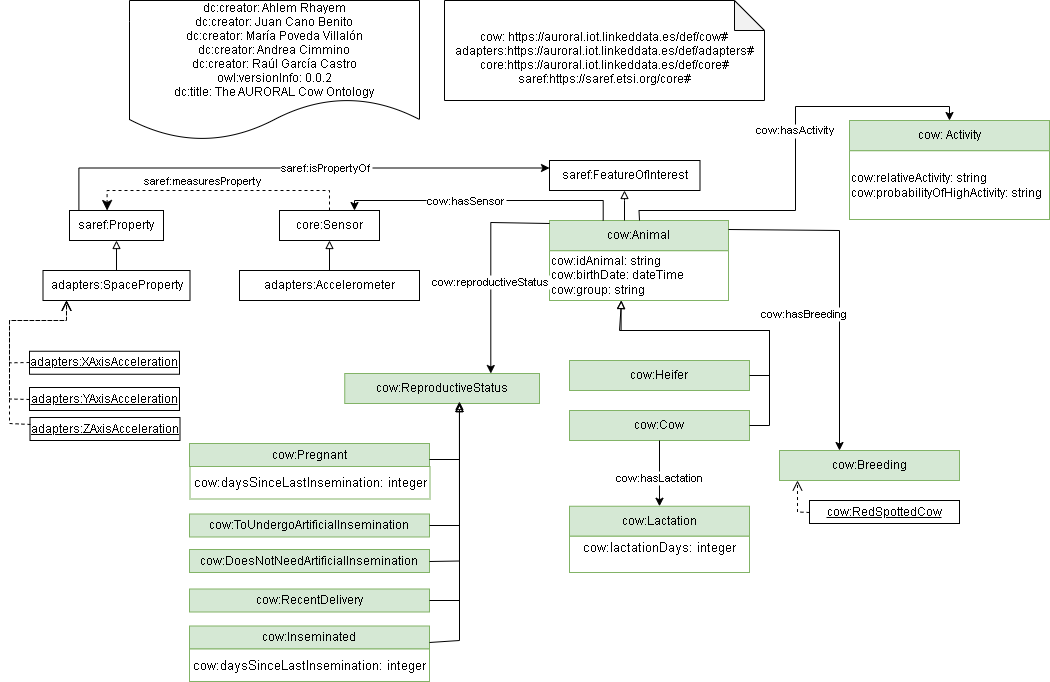
Above: Diagram/CowItaly.png in oeg-upm/auroral-cow-ontology (draw.io), before the change. Source tidied: cells renumbered, new cells last; positions are measured from the earlier drawing's top-left corner, leaving out a move shared by most shapes.
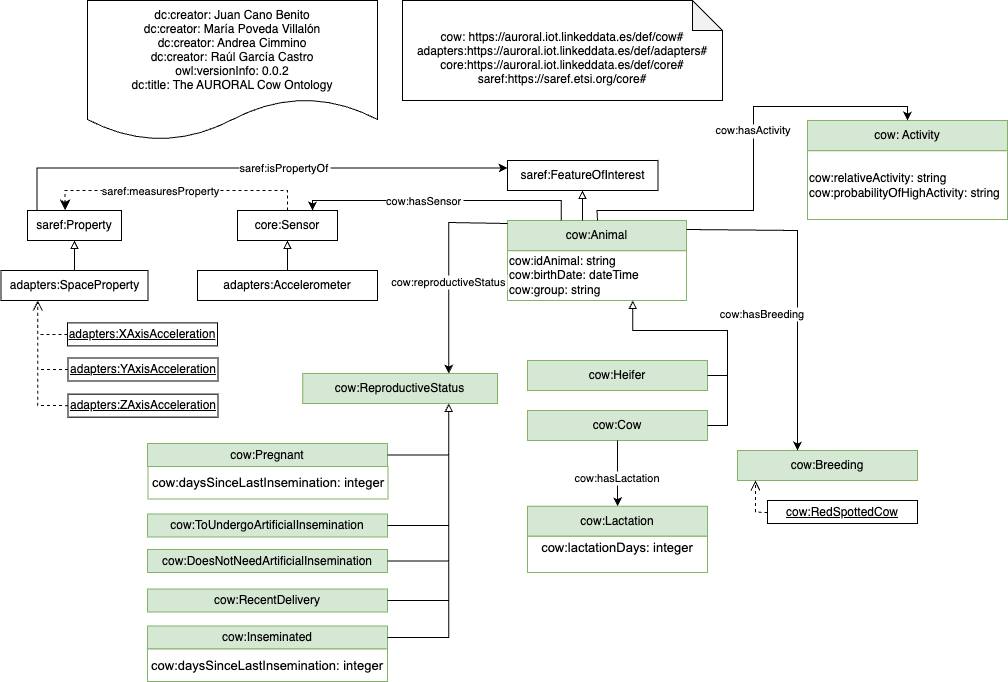
After the commit.

Commit message:
polish diagram

Polish diagram and update creators

Diff of the diagram source:
```diff
@@ -2,7 +2,7 @@
   <root>
     <mxCell id="0" />
     <mxCell id="1" parent="0" />
-    <mxCell id="2" value="dc:creator: Ahlem Rhayem&#10;dc:creator: Juan Cano Benito&#10;dc:creator: María Poveda Villalón&#10;dc:creator: Andrea Cimmino&#10;dc:creator: Raúl García Castro&#10;owl:versionInfo: 0.0.2&#10;dc:title: The AURORAL Cow Ontology" style="shape=document;boundedLbl=1;" parent="1" vertex="1">
+    <mxCell id="2" value="dc:creator: Juan Cano Benito&#10;dc:creator: María Poveda Villalón&#10;dc:creator: Andrea Cimmino&#10;dc:creator: Raúl García Castro&#10;owl:versionInfo: 0.0.2&#10;dc:title: The AURORAL Cow Ontology" style="shape=document;boundedLbl=1;" parent="1" vertex="1">
       <mxGeometry x="120" width="290" height="140" as="geometry" />
     </mxCell>
     <mxCell id="3" value="&#10;cow: https://auroral.iot.linkeddata.es/def/cow#&#10;adapters:https://auroral.iot.linkeddata.es/def/adapters#&#10;core:https://auroral.iot.linkeddata.es/def/core#&#10;saref:https://saref.etsi.org/core#" style="shape=note;backgroundOutline=1;darkOpacity=0.05;" parent="1" vertex="1">
@@ -24,40 +24,22 @@
       <mxGeometry x="33.5" y="270" width="147" height="30" as="geometry" />
     </mxCell>
     <mxCell id="9" value="&lt;u&gt;adapters:XAxisAcceleration&lt;/u&gt;" style="rounded=0;whiteSpace=wrap;html=1;snapToPoint=1;points=[[0.1,0],[0.2,0],[0.3,0],[0.4,0],[0.5,0],[0.6,0],[0.7,0],[0.8,0],[0.9,0],[0,0.1],[0,0.3],[0,0.5],[0,0.7],[0,0.9],[0.1,1],[0.2,1],[0.3,1],[0.4,1],[0.5,1],[0.6,1],[0.7,1],[0.8,1],[0.9,1],[1,0.1],[1,0.3],[1,0.5],[1,0.7],[1,0.9]];fillColor=#FFFFFF;" parent="1" vertex="1">
-      <mxGeometry x="20" y="350.8" width="150" height="23" as="geometry" />
+      <mxGeometry x="100" y="322.4" width="150" height="23" as="geometry" />
     </mxCell>
     <mxCell id="10" value="&lt;u&gt;adapters:YAxisAcceleration&lt;/u&gt;" style="rounded=0;whiteSpace=wrap;html=1;snapToPoint=1;points=[[0.1,0],[0.2,0],[0.3,0],[0.4,0],[0.5,0],[0.6,0],[0.7,0],[0.8,0],[0.9,0],[0,0.1],[0,0.3],[0,0.5],[0,0.7],[0,0.9],[0.1,1],[0.2,1],[0.3,1],[0.4,1],[0.5,1],[0.6,1],[0.7,1],[0.8,1],[0.9,1],[1,0.1],[1,0.3],[1,0.5],[1,0.7],[1,0.9]];" parent="1" vertex="1">
-      <mxGeometry x="20" y="387" width="150" height="23" as="geometry" />
+      <mxGeometry x="100.5" y="357.5" width="150" height="23" as="geometry" />
     </mxCell>
     <mxCell id="11" value="&lt;u&gt;adapters:ZAxisAcceleration&lt;/u&gt;" style="rounded=0;whiteSpace=wrap;html=1;snapToPoint=1;points=[[0.1,0],[0.2,0],[0.3,0],[0.4,0],[0.5,0],[0.6,0],[0.7,0],[0.8,0],[0.9,0],[0,0.1],[0,0.3],[0,0.5],[0,0.7],[0,0.9],[0.1,1],[0.2,1],[0.3,1],[0.4,1],[0.5,1],[0.6,1],[0.7,1],[0.8,1],[0.9,1],[1,0.1],[1,0.3],[1,0.5],[1,0.7],[1,0.9]];" parent="1" vertex="1">
-      <mxGeometry x="20.5" y="417" width="150" height="23" as="geometry" />
+      <mxGeometry x="100.5" y="393.6" width="150" height="23" as="geometry" />
     </mxCell>
-    <mxCell id="12" style="endArrow=open;html=1;fontColor=#000099;endFill=0;dashed=1;endSize=8;edgeStyle=orthogonalEdgeStyle;arcSize=0;entryX=0.16;entryY=1;entryDx=0;entryDy=0;entryPerimeter=0;" parent="1" edge="1" source="9" target="8">
-      <mxGeometry relative="1" as="geometry">
-        <Array as="points">
-          <mxPoint y="362" />
-          <mxPoint y="320" />
-          <mxPoint x="57" y="320" />
-        </Array>
-      </mxGeometry>
+    <mxCell id="12" style="endArrow=open;html=1;fontColor=#000099;endFill=0;dashed=1;endSize=8;edgeStyle=orthogonalEdgeStyle;arcSize=0;entryX=0.25;entryY=1;entryDx=0;entryDy=0;exitX=0;exitY=0.5;exitDx=0;exitDy=0;" parent="1" edge="1" source="9" target="8">
+      <mxGeometry relative="1" as="geometry" />
     </mxCell>
-    <mxCell id="13" style="endArrow=open;html=1;fontColor=#000099;endFill=0;dashed=1;endSize=8;edgeStyle=orthogonalEdgeStyle;arcSize=0;" parent="1" edge="1" source="10" target="8">
-      <mxGeometry relative="1" as="geometry">
-        <Array as="points">
-          <mxPoint y="399" />
-          <mxPoint y="320" />
-          <mxPoint x="57" y="320" />
-        </Array>
-      </mxGeometry>
+    <mxCell id="13" style="endArrow=open;html=1;fontColor=#000099;endFill=0;dashed=1;endSize=8;edgeStyle=orthogonalEdgeStyle;arcSize=0;exitX=0;exitY=0.5;exitDx=0;exitDy=0;entryX=0.25;entryY=1;entryDx=0;entryDy=0;" parent="1" edge="1" source="10" target="8">
+      <mxGeometry relative="1" as="geometry" />
     </mxCell>
-    <mxCell id="14" style="endArrow=open;html=1;fontColor=#000099;endFill=0;dashed=1;endSize=8;edgeStyle=orthogonalEdgeStyle;arcSize=0;" parent="1" edge="1" source="11" target="8">
-      <mxGeometry relative="1" as="geometry">
-        <Array as="points">
-          <mxPoint y="423" />
-          <mxPoint y="320" />
-          <mxPoint x="57" y="320" />
-        </Array>
-      </mxGeometry>
+    <mxCell id="14" style="endArrow=open;html=1;fontColor=#000099;endFill=0;dashed=1;endSize=8;edgeStyle=orthogonalEdgeStyle;arcSize=0;entryX=0.25;entryY=1;entryDx=0;entryDy=0;exitX=0;exitY=0.5;exitDx=0;exitDy=0;" parent="1" edge="1" source="11" target="8">
+      <mxGeometry relative="1" as="geometry" />
     </mxCell>
     <mxCell id="15" style="endArrow=classic;html=1;exitX=0.5;exitY=0;exitDx=0;exitDy=0;endSize=8;dashed=1;arcSize=0;edgeStyle=orthogonalEdgeStyle;entryX=0.4;entryY=0;entryDx=0;entryDy=0;" parent="1" edge="1" source="4" target="7">
       <mxGeometry relative="1" as="geometry">
@@ -69,7 +51,7 @@
     </mxCell>
     <mxCell id="16" value="&lt;div&gt;saref:measuresProperty&lt;/div&gt;" style="edgeLabel;html=1;align=center;verticalAlign=middle;" parent="15" vertex="1">
       <mxGeometry x="-0.19" y="-1" relative="1" as="geometry">
-        <mxPoint x="-42" y="-9" as="offset" />
+        <mxPoint x="-42" y="1" as="offset" />
       </mxGeometry>
     </mxCell>
     <mxCell id="17" value="cow:Animal" style="rounded=0;whiteSpace=wrap;html=1;snapToPoint=1;points=[[0.1,0],[0.2,0],[0.3,0],[0.4,0],[0.5,0],[0.6,0],[0.7,0],[0.8,0],[0.9,0],[0,0.1],[0,0.3],[0,0.5],[0,0.7],[0,0.9],[0.1,1],[0.2,1],[0.3,1],[0.4,1],[0.5,1],[0.6,1],[0.7,1],[0.8,1],[0.9,1],[1,0.1],[1,0.3],[1,0.5],[1,0.7],[1,0.9]];fillColor=#d5e8d4;strokeColor=#82b366;" parent="1" vertex="1">
@@ -102,14 +84,8 @@
     <mxCell id="23" value="&lt;div&gt;&lt;span&gt;cow:Heifer&lt;/span&gt;&lt;/div&gt;" style="rounded=0;whiteSpace=wrap;html=1;fillColor=#D5E8D4;strokeColor=#82b366;" parent="1" vertex="1">
       <mxGeometry x="560" y="360" width="180" height="30" as="geometry" />
     </mxCell>
-    <mxCell id="24" style="edgeStyle=orthogonalEdgeStyle;rounded=0;jettySize=auto;html=1;fontSize=11;endArrow=block;endFill=0;" parent="1" edge="1" source="23" target="21">
-      <mxGeometry relative="1" as="geometry">
-        <Array as="points">
-          <mxPoint x="760" y="375" />
-          <mxPoint x="760" y="330" />
-          <mxPoint x="610" y="330" />
-        </Array>
-      </mxGeometry>
+    <mxCell id="24" style="edgeStyle=orthogonalEdgeStyle;rounded=0;jettySize=auto;html=1;fontSize=11;endArrow=block;endFill=0;exitX=1;exitY=0.5;exitDx=0;exitDy=0;entryX=0.7;entryY=1;entryDx=0;entryDy=0;" parent="1" edge="1" source="23" target="21">
+      <mxGeometry relative="1" as="geometry" />
     </mxCell>
     <mxCell id="25" value="&lt;div&gt;&lt;span&gt;cow:Lactation&lt;/span&gt;&lt;/div&gt;" style="rounded=0;whiteSpace=wrap;html=1;fillColor=#d5e8d4;strokeColor=#82b366;" parent="1" vertex="1">
       <mxGeometry x="560" y="505.8" width="180" height="30" as="geometry" />
@@ -129,7 +105,7 @@
         </Array>
       </mxGeometry>
     </mxCell>
-    <mxCell id="29" value="cow:hasLactation" style="edgeStyle=orthogonalEdgeStyle;rounded=0;jettySize=auto;fontSize=11;endArrow=classic;endFill=1;" parent="1" edge="1" source="22" target="25">
+    <mxCell id="29" value="cow:hasLactation" style="rounded=0;jettySize=auto;fontSize=11;endArrow=classic;endFill=1;" parent="1" edge="1" source="22" target="25">
       <mxGeometry x="0.13" relative="1" as="geometry" />
     </mxCell>
     <mxCell id="30" value="&lt;div style=&quot;text-align: left&quot;&gt;&lt;font face=&quot;arial&quot;&gt;&lt;span style=&quot;font-size: 13px ; background-color: rgb(255 , 255 , 255)&quot;&gt;cow:lactationDays: integer&lt;/span&gt;&lt;/font&gt;&lt;/div&gt;&lt;div style=&quot;text-align: left&quot;&gt;&lt;br&gt;&lt;/div&gt;" style="rounded=0;whiteSpace=wrap;html=1;strokeColor=#82B366;" parent="1" vertex="1">
@@ -194,50 +170,30 @@
     <mxCell id="44" value="&lt;div style=&quot;text-align: left&quot;&gt;&lt;font face=&quot;arial&quot;&gt;&lt;span style=&quot;font-size: 13px ; background-color: rgb(255 , 255 , 255)&quot;&gt;cow:daysSinceLastInsemination: integer&lt;/span&gt;&lt;/font&gt;&lt;/div&gt;" style="rounded=0;whiteSpace=wrap;html=1;strokeColor=#82B366;" parent="1" vertex="1">
       <mxGeometry x="180" y="648.5" width="240" height="32.5" as="geometry" />
     </mxCell>
-    <mxCell id="45" style="edgeStyle=orthogonalEdgeStyle;rounded=0;jettySize=auto;html=1;fontSize=11;endArrow=block;endFill=0;" parent="1" edge="1" source="37" target="32">
-      <mxGeometry relative="1" as="geometry">
-        <Array as="points">
-          <mxPoint x="450" y="525" />
-        </Array>
-      </mxGeometry>
+    <mxCell id="45" style="edgeStyle=orthogonalEdgeStyle;rounded=0;jettySize=auto;html=1;fontSize=11;endArrow=block;endFill=0;entryX=0.75;entryY=1;entryDx=0;entryDy=0;exitX=1;exitY=0.5;exitDx=0;exitDy=0;" parent="1" edge="1" source="37" target="32">
+      <mxGeometry relative="1" as="geometry" />
     </mxCell>
-    <mxCell id="46" style="edgeStyle=orthogonalEdgeStyle;rounded=0;jettySize=auto;html=1;fontSize=11;endArrow=block;endFill=0;" parent="1" edge="1" source="36" target="32">
-      <mxGeometry relative="1" as="geometry">
-        <Array as="points">
-          <mxPoint x="450" y="459" />
-        </Array>
-      </mxGeometry>
+    <mxCell id="46" style="edgeStyle=orthogonalEdgeStyle;rounded=0;jettySize=auto;html=1;fontSize=11;endArrow=block;endFill=0;entryX=0.75;entryY=1;entryDx=0;entryDy=0;exitX=1;exitY=0.5;exitDx=0;exitDy=0;" parent="1" edge="1" source="36" target="32">
+      <mxGeometry relative="1" as="geometry" />
     </mxCell>
-    <mxCell id="47" style="edgeStyle=orthogonalEdgeStyle;rounded=0;jettySize=auto;html=1;fontSize=11;endArrow=block;endFill=0;entryX=0.589;entryY=0.933;entryDx=0;entryDy=0;entryPerimeter=0;" parent="1" edge="1" source="38" target="32">
-      <mxGeometry relative="1" as="geometry">
-        <Array as="points">
-          <mxPoint x="450" y="561" />
-        </Array>
-      </mxGeometry>
+    <mxCell id="47" style="edgeStyle=orthogonalEdgeStyle;rounded=0;jettySize=auto;html=1;fontSize=11;endArrow=block;endFill=0;entryX=0.75;entryY=1;entryDx=0;entryDy=0;exitX=1;exitY=0.5;exitDx=0;exitDy=0;" parent="1" edge="1" source="38" target="32">
+      <mxGeometry relative="1" as="geometry" />
     </mxCell>
-    <mxCell id="48" style="edgeStyle=orthogonalEdgeStyle;rounded=0;jettySize=auto;html=1;fontSize=11;endArrow=block;endFill=0;entryX=0.589;entryY=1;entryDx=0;entryDy=0;entryPerimeter=0;" parent="1" edge="1" source="42" target="32">
-      <mxGeometry relative="1" as="geometry">
-        <Array as="points">
-          <mxPoint x="450" y="600" />
-        </Array>
-      </mxGeometry>
+    <mxCell id="48" style="edgeStyle=orthogonalEdgeStyle;rounded=0;jettySize=auto;html=1;fontSize=11;endArrow=block;endFill=0;entryX=0.75;entryY=1;entryDx=0;entryDy=0;exitX=1;exitY=0.5;exitDx=0;exitDy=0;" parent="1" edge="1" source="42" target="32">
+      <mxGeometry relative="1" as="geometry" />
     </mxCell>
-    <mxCell id="49" style="edgeStyle=orthogonalEdgeStyle;rounded=0;jettySize=auto;html=1;fontSize=11;endArrow=block;endFill=0;" parent="1" edge="1" source="43" target="32">
-      <mxGeometry relative="1" as="geometry">
-        <Array as="points">
-          <mxPoint x="450" y="640" />
-        </Array>
-      </mxGeometry>
+    <mxCell id="49" style="edgeStyle=orthogonalEdgeStyle;rounded=0;jettySize=auto;html=1;fontSize=11;endArrow=block;endFill=0;entryX=0.75;entryY=1;entryDx=0;entryDy=0;exitX=1;exitY=0.5;exitDx=0;exitDy=0;" parent="1" edge="1" source="43" target="32">
+      <mxGeometry relative="1" as="geometry" />
     </mxCell>
     <mxCell id="50" value="&lt;div style=&quot;text-align: left&quot;&gt;&lt;font face=&quot;arial&quot;&gt;&lt;span style=&quot;font-size: 13px ; background-color: rgb(255 , 255 , 255)&quot;&gt;cow:daysSinceLastInsemination: integer&lt;/span&gt;&lt;/font&gt;&lt;/div&gt;" style="rounded=0;whiteSpace=wrap;html=1;strokeColor=#82B366;" parent="1" vertex="1">
       <mxGeometry x="180.5" y="466" width="240" height="32.5" as="geometry" />
     </mxCell>
-    <mxCell id="51" style="edgeStyle=orthogonalEdgeStyle;rounded=0;jettySize=auto;html=1;fontSize=11;endArrow=block;endFill=0;entryX=0.4;entryY=1;entryDx=0;entryDy=0;" parent="1" edge="1" source="22" target="21">
+    <mxCell id="51" style="edgeStyle=orthogonalEdgeStyle;rounded=0;jettySize=auto;html=1;fontSize=11;endArrow=block;endFill=0;entryX=0.7;entryY=1;entryDx=0;entryDy=0;exitX=1;exitY=0.5;exitDx=0;exitDy=0;" parent="1" edge="1" source="22" target="21">
       <mxGeometry relative="1" as="geometry">
         <Array as="points">
           <mxPoint x="760" y="425" />
           <mxPoint x="760" y="330" />
-          <mxPoint x="612" y="330" />
+          <mxPoint x="665" y="330" />
         </Array>
       </mxGeometry>
     </mxCell>
```
